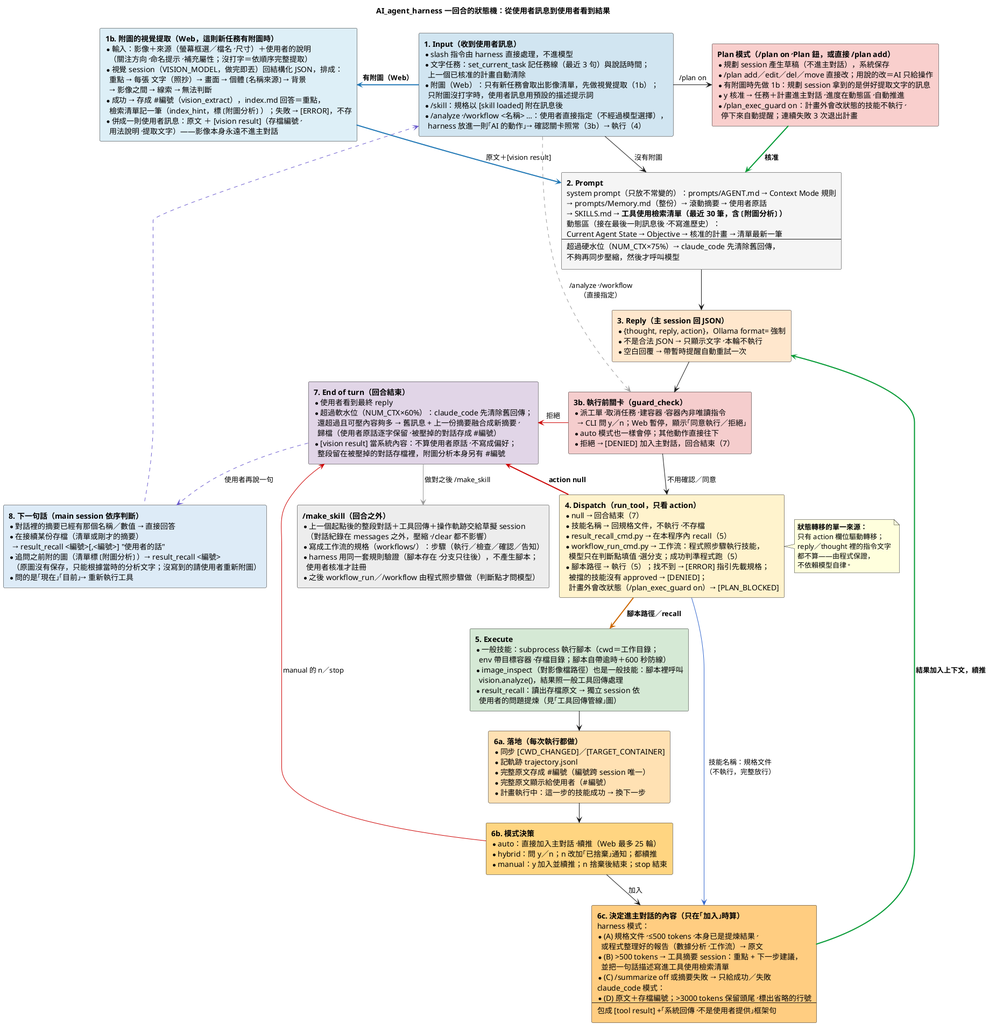
Before: doc/images/AI_agent_harness的狀態轉移.png, a diagram exported from PlantUML (DavidZox/Coding_agnet).
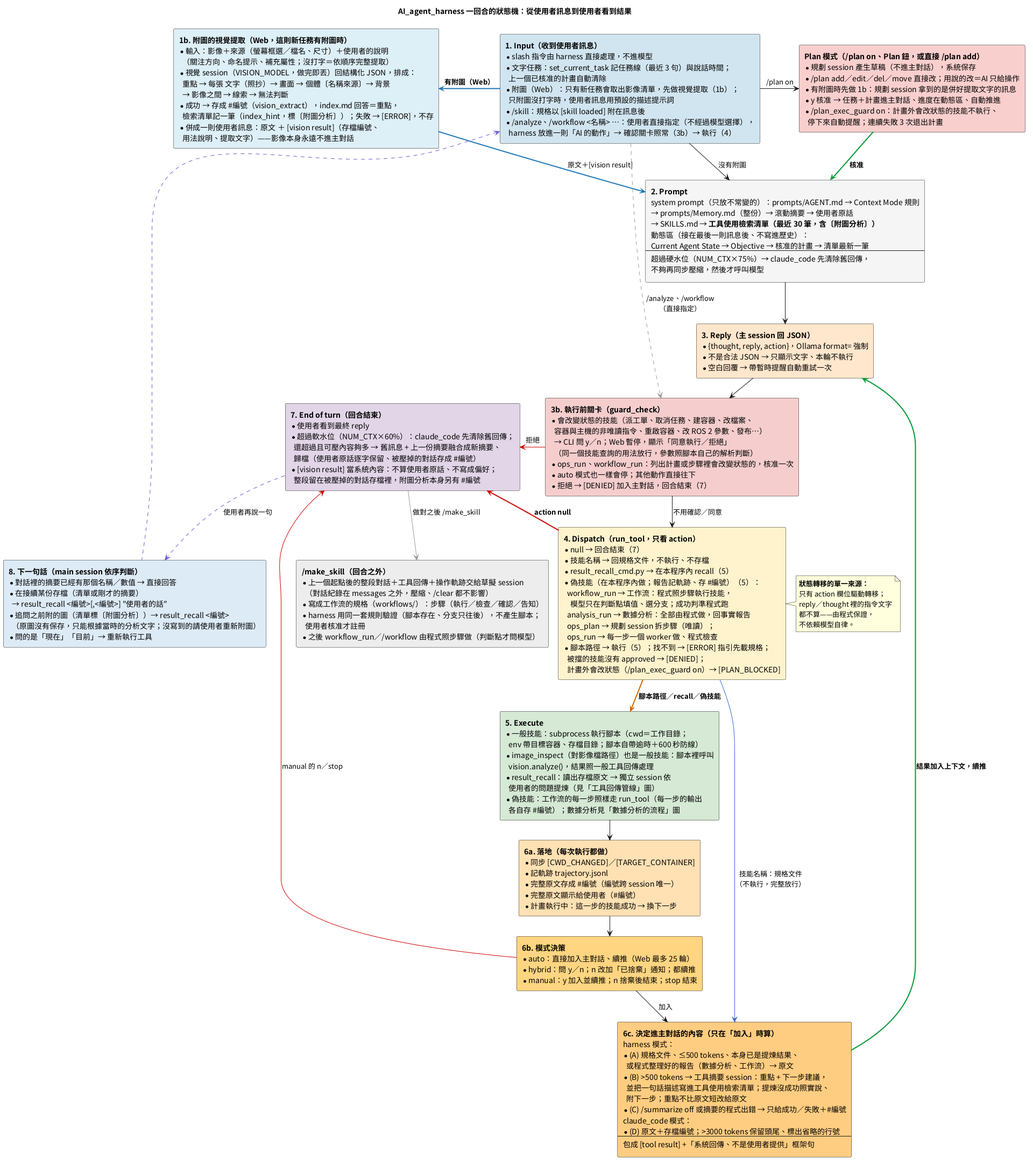
The same diagram one commit later.

Diff of the diagram source:
```diff
@@ -3,7 +3,7 @@
 skinparam ranksep 45
 skinparam nodesep 55
 skinparam shadowing false
-skinparam defaultFontName "Microsoft JhengHei"
+skinparam defaultFontName "Noto Sans CJK TC"
 
 title AI_agent_harness 一回合的狀態機：從使用者訊息到使用者看到結果
 
@@ -53,8 +53,11 @@
 
 rectangle StateGuard #F4CCCC [
   **3b. 執行前關卡（guard_check）**
-  * 派工單、取消任務、建容器、容器內非唯讀指令
+  * 會改變狀態的技能（派工單、取消任務、建容器、改檔案、
+    容器與主機的非唯讀指令、重啟容器、改 ROS 2 參數、發布…）
     → CLI 問 y／n；Web 暫停，顯示「同意執行／拒絕」
+    （同一個技能查詢的用法放行，參數照腳本自己的解析判斷）
+  * ops_run、workflow_run：列出計畫或步驟裡會改變狀態的，核准一次
   * auto 模式也一樣會停；其他動作直接往下
   * 拒絕 → [DENIED] 加入主對話，回合結束（7）
 ]
@@ -64,8 +67,12 @@
   * null → 回合結束（7）
   * 技能名稱 → 回規格文件，不執行、不存檔
   * result_recall_cmd.py → 在本程序內 recall（5）
-  * workflow_run_cmd.py → 工作流：程式照步驟執行技能，
-    模型只在判斷點填值、選分支；成功判準程式跑（5）
+  * 偽技能（在本程序內做；報告記軌跡、存 #編號）（5）：
+    workflow_run → 工作流：程式照步驟執行技能，
+      模型只在判斷點填值、選分支；成功判準程式跑
+    analysis_run → 數據分析：全部由程式做，回事實報告
+    ops_plan → 規劃 session 拆步驟（唯讀）；
+    ops_run → 每一步一個 worker 做、程式檢查
   * 腳本路徑 → 執行（5）；找不到 → [ERROR] 指引先載規格；
     被擋的技能沒有 approved → [DENIED]；
     計畫外會改狀態（/plan_exec_guard on）→ [PLAN_BLOCKED]
@@ -79,6 +86,8 @@
     vision.analyze()，結果照一般工具回傳處理
   * result_recall：讀出存檔原文 → 獨立 session 依
     使用者的問題提煉（見「工具回傳管線」圖）
+  * 偽技能：工作流的每一步照樣走 run_tool（每一步的輸出
+    各自存 #編號）；數據分析見「數據分析的流程」圖
 ]
 
 rectangle State6a #FFE0B2 [
@@ -103,8 +112,9 @@
   * (A) 規格文件、≤500 tokens、本身已是提煉結果、
     或程式整理好的報告（數據分析、工作流）→ 原文
   * (B) >500 tokens → 工具摘要 session：重點 + 下一步建議，
-    並把一句話描述寫進工具使用檢索清單
-  * (C) /summarize off 或摘要失敗 → 只給成功／失敗
+    並把一句話描述寫進工具使用檢索清單；提煉沒成功照實說、
+    附下一步；重點不比原文短改給原文
+  * (C) /summarize off 或摘要的程式出錯 → 只給成功／失敗＋#編號
   claude_code 模式：
   * (D) 原文＋存檔編號；>3000 tokens 保留頭尾、標出省略的行號
   ----
@@ -158,7 +168,7 @@
 State3 -down-> StateGuard
 StateGuard -down-> State4 : 不用確認／同意
 StateGuard -[#CC0000]left-> State7 : 拒絕
-State4 -[#CC6600,bold]down-> State5 : **腳本路徑／recall**
+State4 -[#CC6600,bold]down-> State5 : **腳本路徑／recall／偽技能**
 State4 -[#3366CC]right-> State6c : 技能名稱：規格文件\n（不執行，完整放行）
 State5 -down-> State6a
 State6a -down-> State6b
```
